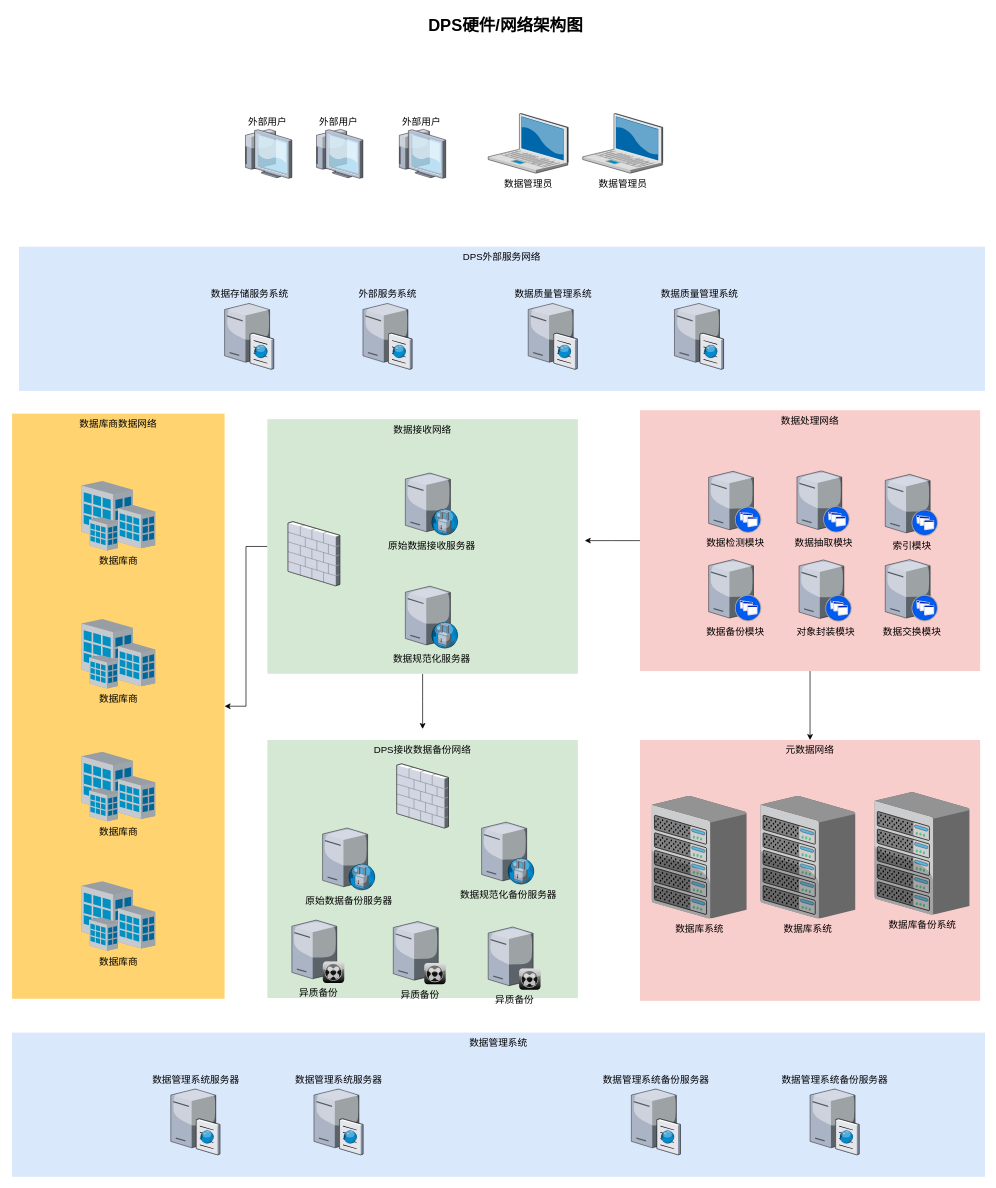
The draw.io diagram DPSNEW-hardwareall.drawio in czjczj20/draw.io, before the edit. Source tidied: cells renumbered, new cells numbered last; positions are measured from the earlier drawing's top-left corner, leaving out a move shared by most shapes. Both pictures are drawn from the tidied source at 69%, with x=0, y=0 at pixel (12, 12).
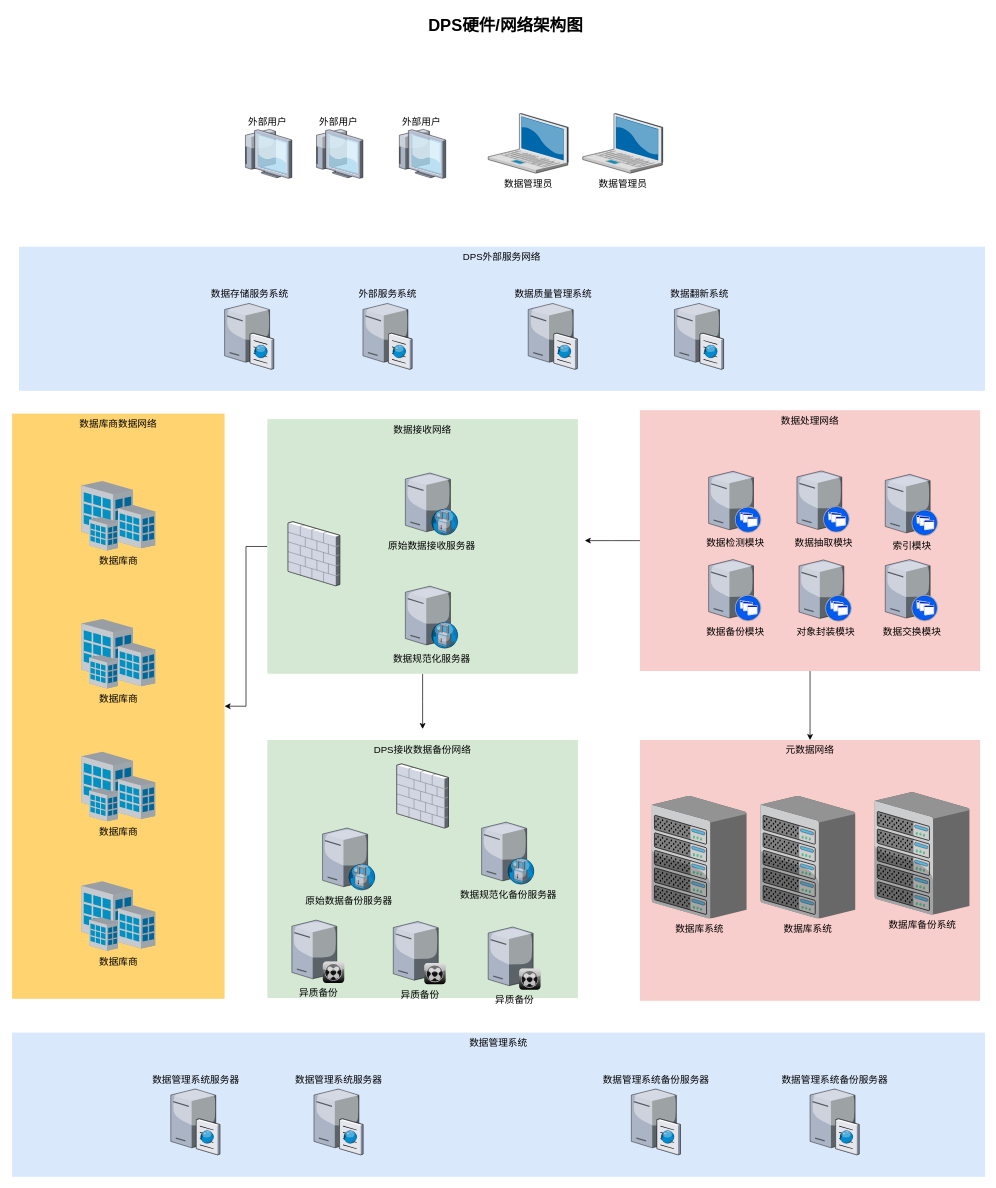
The same diagram, later.

What changed in the source:
```diff
@@
-    <mxCell id="48" value="数据质量管理系统" style="verticalLabelPosition=top;html=1;verticalAlign=bottom;strokeColor=none;shape=mxgraph.citrix.cache_server;fillColor=#66B2FF;gradientColor=#0066CC;fontSize=14;labelPosition=center;align=center;" parent="1" vertex="1">
+    <mxCell id="48" value="数据翻新系统" style="verticalLabelPosition=top;html=1;verticalAlign=bottom;strokeColor=none;shape=mxgraph.citrix.cache_server;fillColor=#66B2FF;gradientColor=#0066CC;fontSize=14;labelPosition=center;align=center;" parent="1" vertex="1">
       <mxGeometry x="960" y="420" width="71" height="97.5" as="geometry" />
     </mxCell>
```
